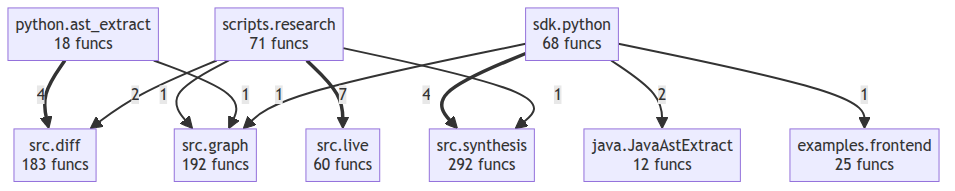
autogrammar/todo2code keeps this Mermaid diagram as project/compact_flow.png. Above is the earlier version. Its source is kept beside it as project/compact_flow.mmd.
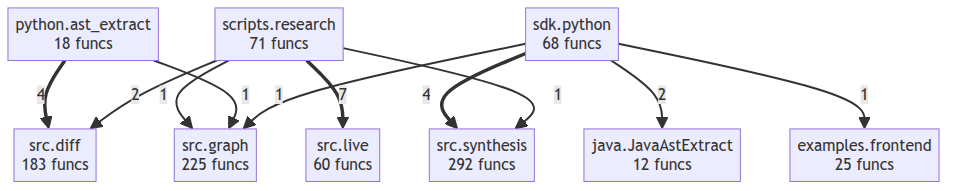
Above is the later version.

The edit, as a diff of the source:
```diff
@@ -5,7 +5,7 @@
     scripts__research["scripts.research<br/>71 funcs"]
     sdk__python["sdk.python<br/>68 funcs"]
     src__diff["src.diff<br/>183 funcs"]
-    src__graph["src.graph<br/>192 funcs"]
+    src__graph["src.graph<br/>225 funcs"]
     src__live["src.live<br/>60 funcs"]
     src__synthesis["src.synthesis<br/>292 funcs"]
     scripts__research ==>|7| src__live
```
